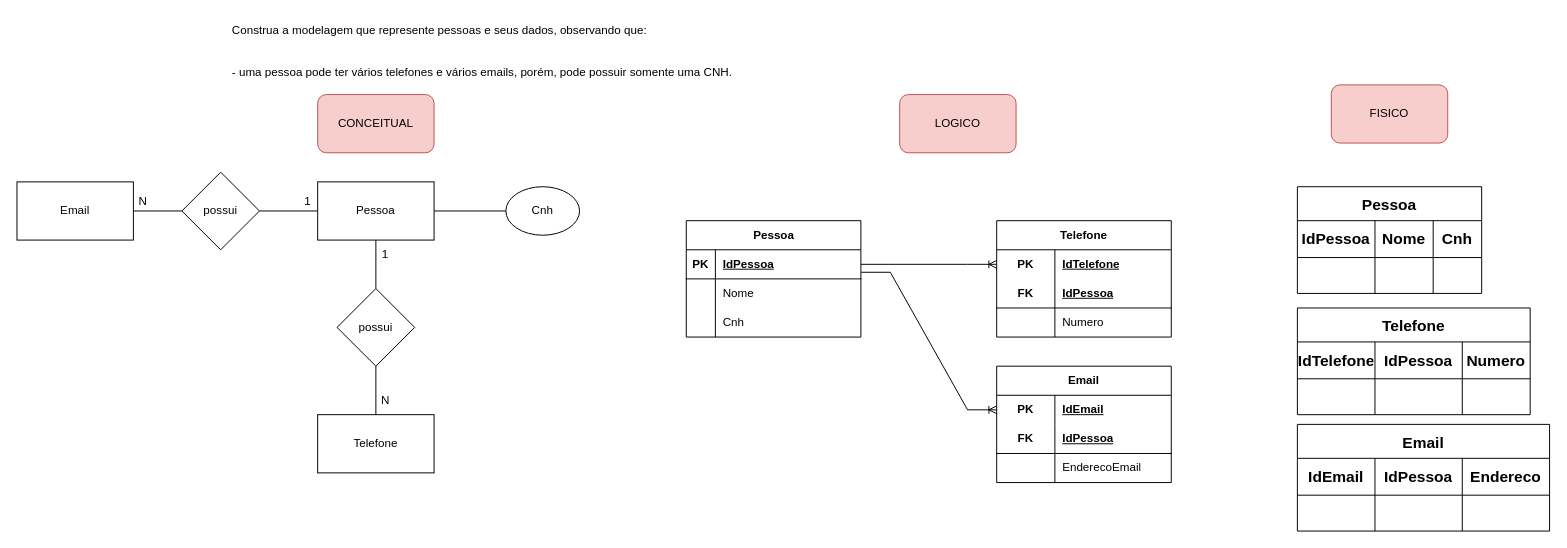
prgfe/senai_sprint1_bd keeps this draw.io diagram as 1.1_pessoas/1.1.drawio. Above is the earlier version. Source tidied: cells renumbered, new cells numbered last; positions are measured from the earlier drawing's top-left corner, leaving out a move shared by most shapes. Both pictures are drawn from the tidied source at 97%, with x=0, y=0 at pixel (16, 16).
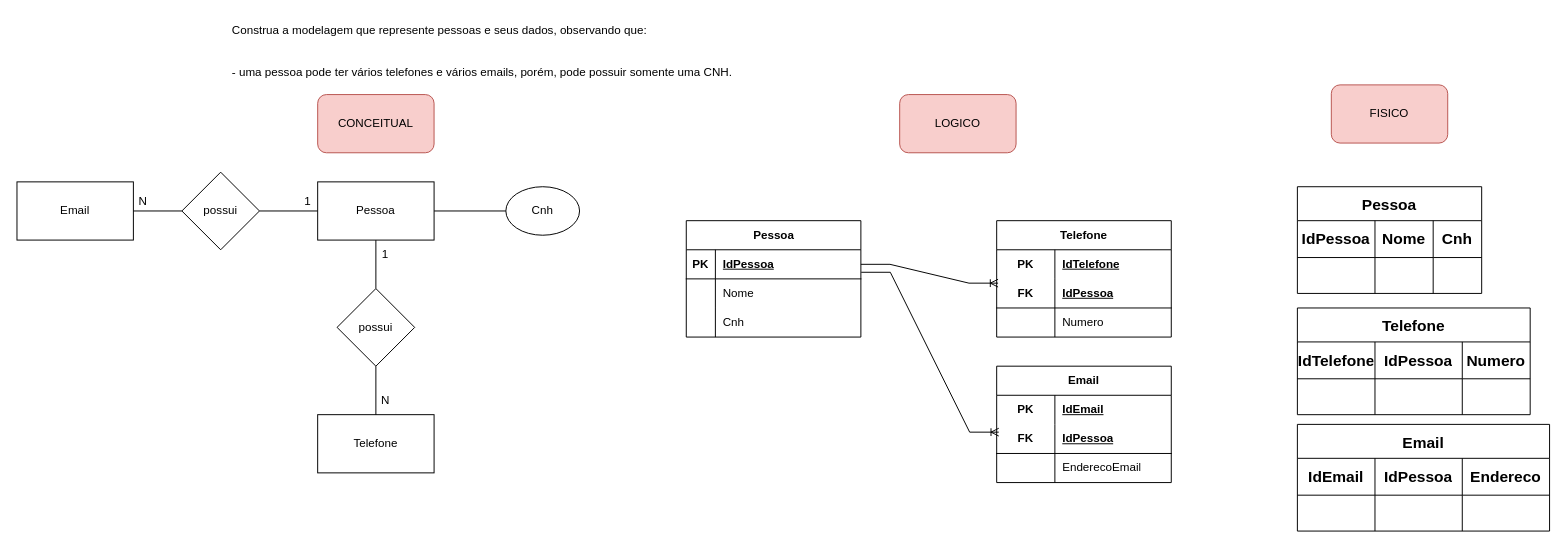
The same diagram, later.

Unchanged cells that the change refers to:
```xml
<mxCell id="16" style="shape=tableRow;horizontal=0;startSize=0;swimlaneHead=0;swimlaneBody=0;fillColor=none;points=[[0,0.5],[1,0.5]];portConstraint=eastwest;top=0;left=0;right=0;bottom=1;" parent="15" vertex="1">
  <mxGeometry y="30" width="180" height="30" as="geometry" />
</mxCell>
<mxCell id="26" style="shape=tableRow;horizontal=0;startSize=0;swimlaneHead=0;swimlaneBody=0;fillColor=none;points=[[0,0.5],[1,0.5]];portConstraint=eastwest;top=0;left=0;right=0;bottom=0;html=1;" parent="25" vertex="1">
  <mxGeometry y="30" width="180" height="30" as="geometry" />
</mxCell>
<mxCell id="29" style="shape=tableRow;horizontal=0;startSize=0;swimlaneHead=0;swimlaneBody=0;fillColor=none;points=[[0,0.5],[1,0.5]];portConstraint=eastwest;top=0;left=0;right=0;bottom=1;html=1;" parent="25" vertex="1">
  <mxGeometry y="60" width="180" height="30" as="geometry" />
</mxCell>
<mxCell id="36" style="shape=tableRow;horizontal=0;startSize=0;swimlaneHead=0;swimlaneBody=0;fillColor=none;points=[[0,0.5],[1,0.5]];portConstraint=eastwest;top=0;left=0;right=0;bottom=0;html=1;" parent="35" vertex="1">
  <mxGeometry y="30" width="180" height="30" as="geometry" />
</mxCell>
<mxCell id="39" style="shape=tableRow;horizontal=0;startSize=0;swimlaneHead=0;swimlaneBody=0;fillColor=none;points=[[0,0.5],[1,0.5]];portConstraint=eastwest;top=0;left=0;right=0;bottom=1;html=1;" parent="35" vertex="1">
  <mxGeometry y="60" width="180" height="30" as="geometry" />
</mxCell>
```

Diff of the diagram source:
```diff
@@
-    <mxCell id="45" style="edgeStyle=entityRelationEdgeStyle;fontSize=12;html=1;endArrow=ERoneToMany;rounded=0;exitX=1;exitY=0.5;exitDx=0;exitDy=0;entryX=0;entryY=0.5;entryDx=0;entryDy=0;" parent="1" edge="1" source="16" target="26">
+    <mxCell id="45" style="edgeStyle=entityRelationEdgeStyle;fontSize=12;html=1;endArrow=ERoneToMany;rounded=0;exitX=1;exitY=0.5;exitDx=0;exitDy=0;entryX=0.008;entryY=0.147;entryDx=0;entryDy=0;entryPerimeter=0;" parent="1" edge="1" source="16" target="29">
       <mxGeometry relative="1" as="geometry">
         <Array as="points">
           <mxPoint x="730" y="320" />
           <mxPoint x="780" y="330" />
           <mxPoint x="720" y="320" />
           <mxPoint x="720" y="310" />
         </Array>
       </mxGeometry>
     </mxCell>
@@
-    <mxCell id="47" style="edgeStyle=entityRelationEdgeStyle;fontSize=12;html=1;endArrow=ERoneToMany;rounded=0;exitX=1.002;exitY=0.773;exitDx=0;exitDy=0;entryX=0;entryY=0.5;entryDx=0;entryDy=0;exitPerimeter=0;" parent="1" edge="1" source="16" target="36">
+    <mxCell id="47" style="edgeStyle=entityRelationEdgeStyle;fontSize=12;html=1;endArrow=ERoneToMany;rounded=0;exitX=1.002;exitY=0.773;exitDx=0;exitDy=0;entryX=0.012;entryY=0.267;entryDx=0;entryDy=0;exitPerimeter=0;entryPerimeter=0;" parent="1" edge="1" source="16" target="39">
       <mxGeometry relative="1" as="geometry">
         <Array as="points">
           <mxPoint x="730" y="475" />
           <mxPoint x="780" y="485" />
           <mxPoint x="720" y="475" />
           <mxPoint x="720" y="465" />
         </Array>
       </mxGeometry>
     </mxCell>
```
